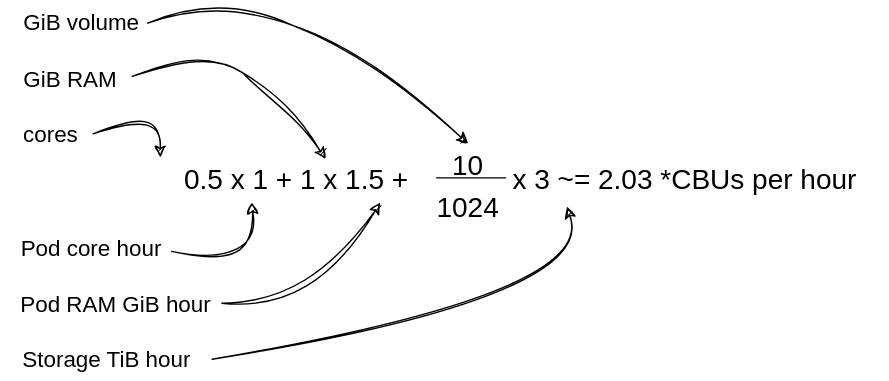
Earlier version of the draw.io export docs/cloud/rahti/images/RahtiLimits.drawio.svg (CSCfi/csc-user-guide). Source tidied: cells renumbered, new cells last; positions are measured from the earlier drawing's top-left corner, leaving out a move shared by most shapes.
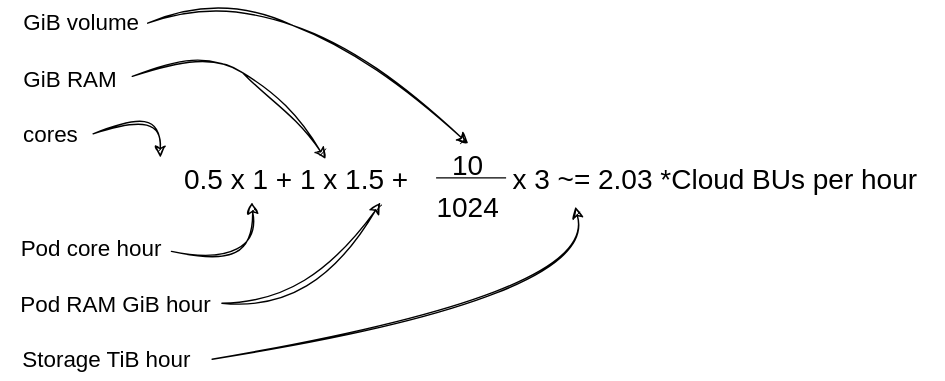
After the commit.

Commit message:
Change CBU to Cloud BU

The edit, as a diff of the source:
```diff
@@ -27,8 +27,8 @@
         </Array>
       </mxGeometry>
     </mxCell>
-    <mxCell id="7" value="&lt;font style=&quot;font-size: 20px;&quot;&gt;x 3 ~= 2.03 *CBUs per hour&lt;br&gt;&lt;/font&gt;" style="text;html=1;align=left;verticalAlign=middle;points=[];strokeColor=none;fillColor=none;" parent="1" vertex="1">
-      <mxGeometry x="364" y="114" width="270" height="40" as="geometry" />
+    <mxCell id="7" value="&lt;font style=&quot;font-size: 20px;&quot;&gt;x 3 ~= 2.03 *Cloud BUs per hour&lt;br&gt;&lt;/font&gt;" style="text;html=1;align=left;verticalAlign=middle;points=[];strokeColor=none;fillColor=none;" parent="1" vertex="1">
+      <mxGeometry x="364" y="114" width="310" height="40" as="geometry" />
     </mxCell>
     <mxCell id="8" value="&lt;font style=&quot;font-size: 16px;&quot;&gt;cores&lt;/font&gt;" style="text;html=1;align=center;verticalAlign=middle;whiteSpace=wrap;rounded=0;" parent="1" vertex="1">
       <mxGeometry x="6" y="87" width="60" height="30" as="geometry" />
```
